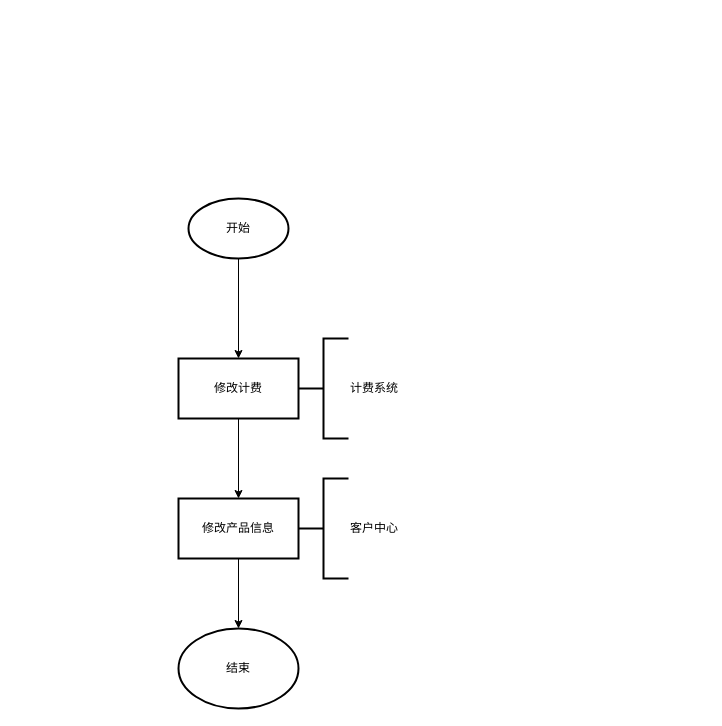
fengyong7723131/work keeps this draw.io diagram as page "费率修改" (2 of 3) of Untitled Diagram.drawio. Above is the earlier version. Source tidied: cells renumbered, new cells numbered last; positions are measured from the earlier drawing's top-left corner, leaving out a move shared by most shapes. Both pictures are drawn from the tidied source at 100%, with x=0, y=0 at pixel (178, 198).
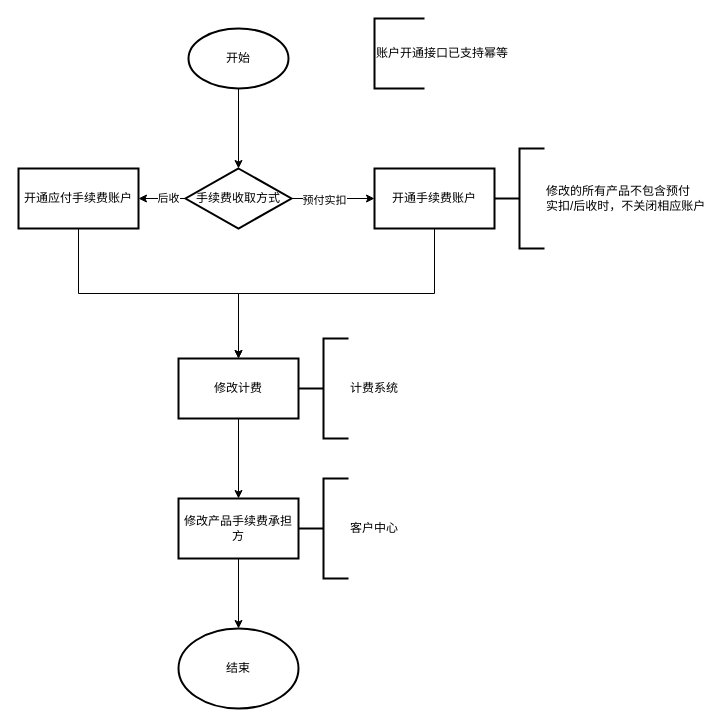
The same page after the edit.

The change refers to these unchanged cells:
```xml
<mxCell id="5" value="修改计费" style="whiteSpace=wrap;html=1;strokeWidth=2;" parent="1" vertex="1">
  <mxGeometry y="160" width="120" height="60" as="geometry" />
</mxCell>
```

Diff of the diagram source:
```diff
@@
-    <mxCell id="2" style="edgeStyle=orthogonalEdgeStyle;rounded=0;jettySize=auto;html=1;" parent="1" edge="1" source="3" target="5">
-      <mxGeometry relative="1" as="geometry" />
-    </mxCell>
+    <mxCell id="11" style="edgeStyle=orthogonalEdgeStyle;rounded=0;jettySize=auto;html=1;" parent="1" edge="1" source="3" target="16">
+      <mxGeometry relative="1" as="geometry" />
+    </mxCell>
     <mxCell id="3" value="开始" style="strokeWidth=2;html=1;shape=mxgraph.flowchart.start_1;whiteSpace=wrap;" parent="1" vertex="1">
-      <mxGeometry x="10" width="100" height="60" as="geometry" />
+      <mxGeometry x="10" y="-170" width="100" height="60" as="geometry" />
     </mxCell>
@@
-    <mxCell id="8" value="修改产品信息" style="whiteSpace=wrap;html=1;strokeWidth=2;" parent="1" vertex="1">
+    <mxCell id="8" value="修改产品手续费承担方" style="whiteSpace=wrap;html=1;strokeWidth=2;" parent="1" vertex="1">
       <mxGeometry y="300" width="120" height="60" as="geometry" />
     </mxCell>
@@
+    <mxCell id="12" style="edgeStyle=orthogonalEdgeStyle;rounded=0;jettySize=auto;html=1;" parent="1" edge="1" source="16" target="18">
+      <mxGeometry relative="1" as="geometry" />
+    </mxCell>
+    <mxCell id="13" value="预付实扣" style="edgeLabel;html=1;align=center;verticalAlign=middle;" parent="12" vertex="1">
+      <mxGeometry x="-0.23" y="-1" relative="1" as="geometry" />
+    </mxCell>
+    <mxCell id="14" style="edgeStyle=orthogonalEdgeStyle;rounded=0;jettySize=auto;html=1;" parent="1" edge="1" source="16" target="20">
+      <mxGeometry relative="1" as="geometry" />
+    </mxCell>
+    <mxCell id="15" value="后收" style="edgeLabel;html=1;align=center;verticalAlign=middle;" parent="14" vertex="1">
+      <mxGeometry x="-0.23" y="-1" relative="1" as="geometry" />
+    </mxCell>
+    <mxCell id="16" value="手续费收取方式" style="rhombus;whiteSpace=wrap;html=1;strokeWidth=2;" parent="1" vertex="1">
+      <mxGeometry x="7" y="-30" width="106" height="60" as="geometry" />
+    </mxCell>
+    <mxCell id="17" style="edgeStyle=orthogonalEdgeStyle;rounded=0;jettySize=auto;html=1;exitX=0.5;exitY=1;exitDx=0;exitDy=0;entryX=0.5;entryY=0;entryDx=0;entryDy=0;" parent="1" edge="1" source="18" target="5">
+      <mxGeometry relative="1" as="geometry" />
+    </mxCell>
+    <mxCell id="18" value="开通手续费账户" style="whiteSpace=wrap;html=1;strokeWidth=2;" parent="1" vertex="1">
+      <mxGeometry x="196" y="-30" width="120" height="60" as="geometry" />
+    </mxCell>
+    <mxCell id="19" style="edgeStyle=orthogonalEdgeStyle;rounded=0;jettySize=auto;html=1;exitX=0.5;exitY=1;exitDx=0;exitDy=0;" parent="1" edge="1" source="20" target="5">
+      <mxGeometry relative="1" as="geometry" />
+    </mxCell>
+    <mxCell id="20" value="开通应付手续费账户" style="whiteSpace=wrap;html=1;strokeWidth=2;" parent="1" vertex="1">
+      <mxGeometry x="-160" y="-30" width="120" height="60" as="geometry" />
+    </mxCell>
+    <mxCell id="21" value="修改的所有产品不包含预付&lt;br&gt;实扣/后收时，不关闭相应账户" style="strokeWidth=2;html=1;shape=mxgraph.flowchart.annotation_2;align=left;labelPosition=right;" parent="1" vertex="1">
+      <mxGeometry x="316" y="-50" width="50" height="100" as="geometry" />
+    </mxCell>
+    <mxCell id="22" value="账户开通接口已支持幂等" style="strokeWidth=2;html=1;shape=mxgraph.flowchart.annotation_1;align=left;" parent="1" vertex="1">
+      <mxGeometry x="196" y="-180" width="50" height="70" as="geometry" />
+    </mxCell>
```
